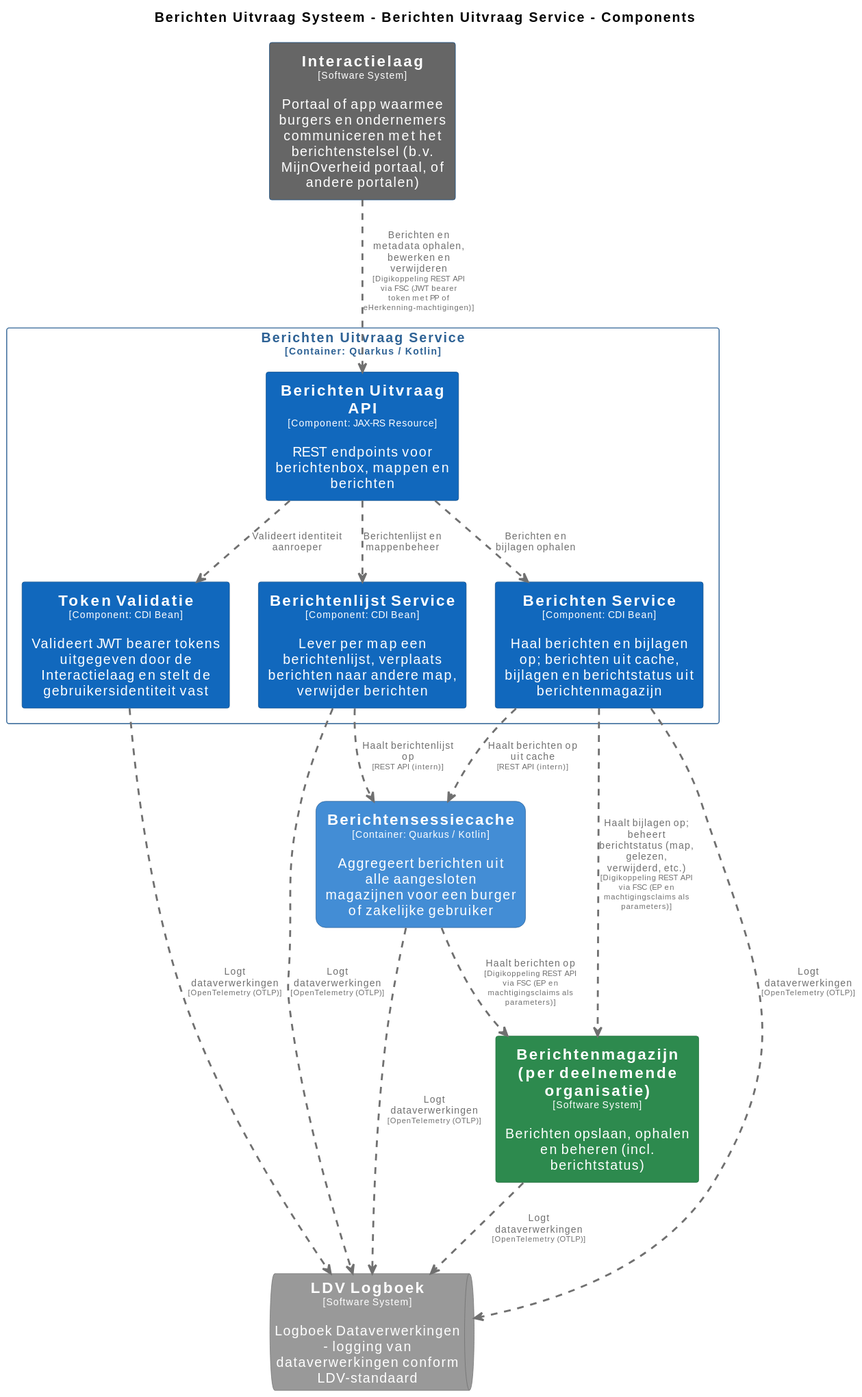
MinBZK/moza-poc-fbs-berichtenbox keeps this PlantUML diagram as pr-preview/pr-22/master/svg/BerichtenUitvraagServiceComponenten.svg. Above is the earlier version. Its source is kept beside it as pr-preview/pr-22/master/puml/BerichtenUitvraagServiceComponenten.puml.
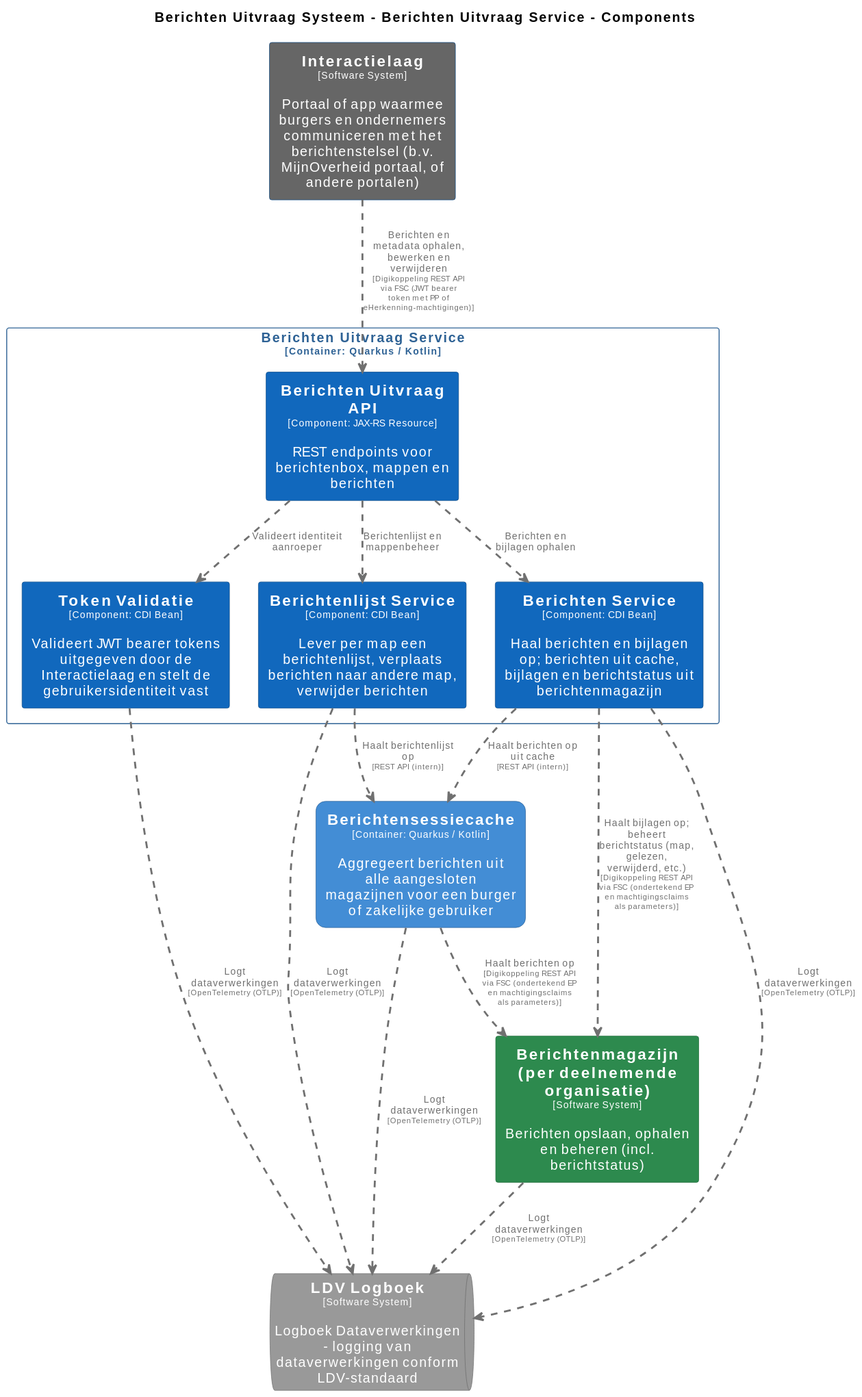
Later version of the same file.

The edit, as a diff of the source:
```diff
@@ -82,7 +82,7 @@
   rectangle "==Berichten Service\n<size:10>[Component: CDI Bean]</size>\n\nHaal berichten en bijlagen op; berichten uit cache, bijlagen en berichtstatus uit berichtenmagazijn" <<BerichtenUitvraagSysteem.BerichtenUitvraagService.BerichtenService>> as BerichtenUitvraagSysteem.BerichtenUitvraagService.BerichtenService
 }
 
-BerichtenUitvraagSysteem.Berichtensessiecache .[#707070,thickness=2].> Berichtenmagazijnperdeelnemendeorganisatie : "<color:#707070>Haalt berichten op\n<color:#707070><size:8>[Digikoppeling REST API via FSC (EP en machtigingsclaims als parameters)]</size>"
+BerichtenUitvraagSysteem.Berichtensessiecache .[#707070,thickness=2].> Berichtenmagazijnperdeelnemendeorganisatie : "<color:#707070>Haalt berichten op\n<color:#707070><size:8>[Digikoppeling REST API via FSC (ondertekend EP en machtigingsclaims als parameters)]</size>"
 Berichtenmagazijnperdeelnemendeorganisatie .[#707070,thickness=2].> LDVLogboek : "<color:#707070>Logt dataverwerkingen\n<color:#707070><size:8>[OpenTelemetry (OTLP)]</size>"
 BerichtenUitvraagSysteem.Berichtensessiecache .[#707070,thickness=2].> LDVLogboek : "<color:#707070>Logt dataverwerkingen\n<color:#707070><size:8>[OpenTelemetry (OTLP)]</size>"
 BerichtenUitvraagSysteem.BerichtenUitvraagService.TokenValidatie .[#707070,thickness=2].> LDVLogboek : "<color:#707070>Logt dataverwerkingen\n<color:#707070><size:8>[OpenTelemetry (OTLP)]</size>"
@@ -94,5 +94,5 @@
 BerichtenUitvraagSysteem.BerichtenUitvraagService.BerichtenService .[#707070,thickness=2].> BerichtenUitvraagSysteem.Berichtensessiecache : "<color:#707070>Haalt berichten op uit cache\n<color:#707070><size:8>[REST API (intern)]</size>"
 BerichtenUitvraagSysteem.BerichtenUitvraagService.BerichtenlijstService .[#707070,thickness=2].> BerichtenUitvraagSysteem.Berichtensessiecache : "<color:#707070>Haalt berichtenlijst op\n<color:#707070><size:8>[REST API (intern)]</size>"
 Interactielaag .[#707070,thickness=2].> BerichtenUitvraagSysteem.BerichtenUitvraagService.BerichtenUitvraagAPI : "<color:#707070>Berichten en metadata ophalen, bewerken en verwijderen\n<color:#707070><size:8>[Digikoppeling REST API via FSC (JWT bearer token met PP of eHerkenning-machtigingen)]</size>"
-BerichtenUitvraagSysteem.BerichtenUitvraagService.BerichtenService .[#707070,thickness=2].> Berichtenmagazijnperdeelnemendeorganisatie : "<color:#707070>Haalt bijlagen op; beheert berichtstatus (map, gelezen, verwijderd, etc.)\n<color:#707070><size:8>[Digikoppeling REST API via FSC (EP en machtigingsclaims als parameters)]</size>"
+BerichtenUitvraagSysteem.BerichtenUitvraagService.BerichtenService .[#707070,thickness=2].> Berichtenmagazijnperdeelnemendeorganisatie : "<color:#707070>Haalt bijlagen op; beheert berichtstatus (map, gelezen, verwijderd, etc.)\n<color:#707070><size:8>[Digikoppeling REST API via FSC (ondertekend EP en machtigingsclaims als parameters)]</size>"
 @enduml
```
